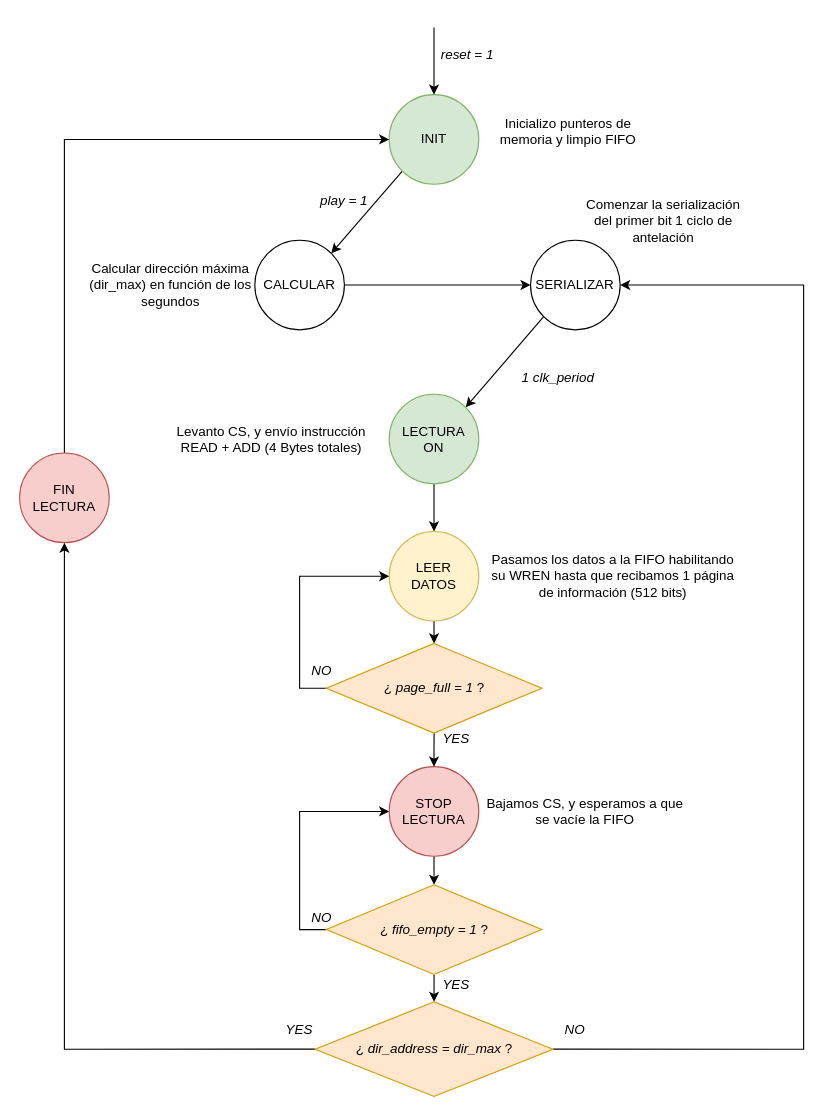
The draw.io diagram SEDA_lectura_fsm.drawio in javijnb/LPRO_diagrams, before the edit. Source tidied: cells renumbered, new cells numbered last; positions are measured from the earlier drawing's top-left corner, leaving out a move shared by most shapes. Both pictures are drawn from the tidied source at 112%, with x=0, y=0 at pixel (19, 27).
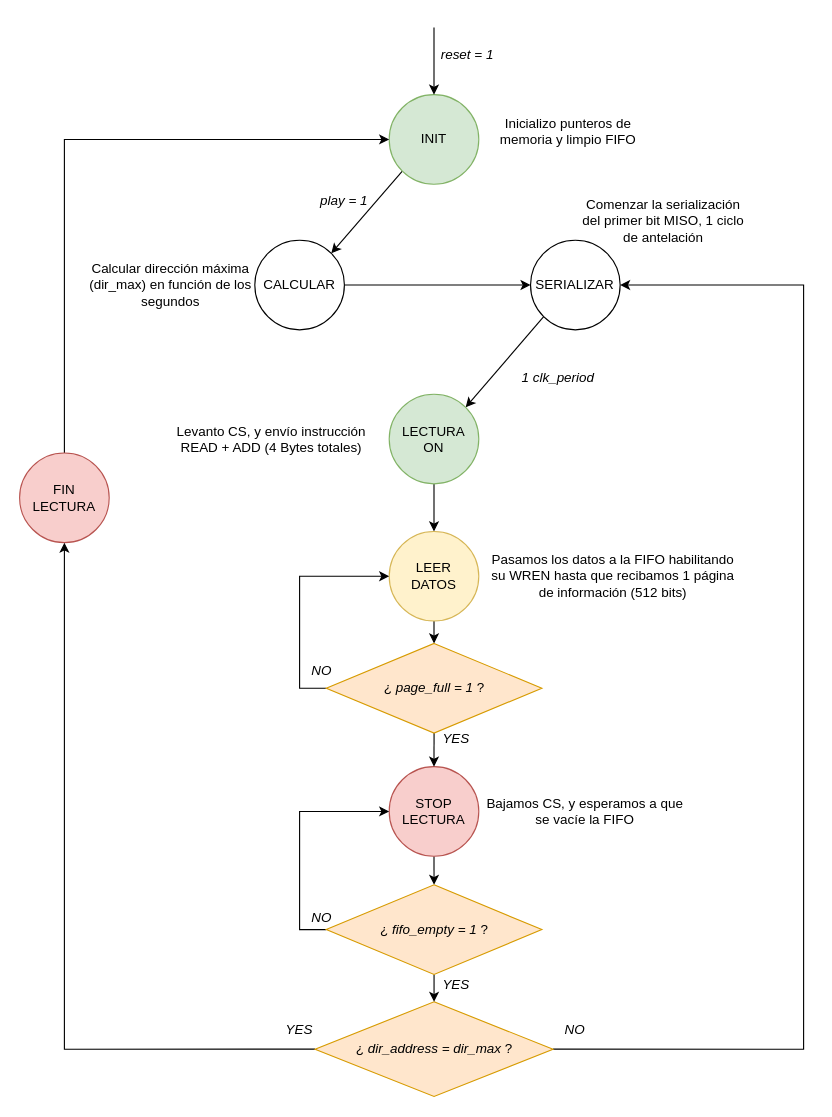
The same diagram, later.

Change to the diagram source:
```diff
@@
-    <mxCell id="40" value="Comenzar la serialización del primer bit 1 ciclo de antelación" style="text;html=1;strokeColor=none;fillColor=none;align=center;verticalAlign=middle;whiteSpace=wrap;rounded=0;" parent="1" vertex="1">
+    <mxCell id="40" value="Comenzar la serialización del primer bit MISO, 1 ciclo de antelación" style="text;html=1;strokeColor=none;fillColor=none;align=center;verticalAlign=middle;whiteSpace=wrap;rounded=0;" parent="1" vertex="1">
       <mxGeometry x="500" y="150" width="150" height="45" as="geometry" />
     </mxCell>
```
